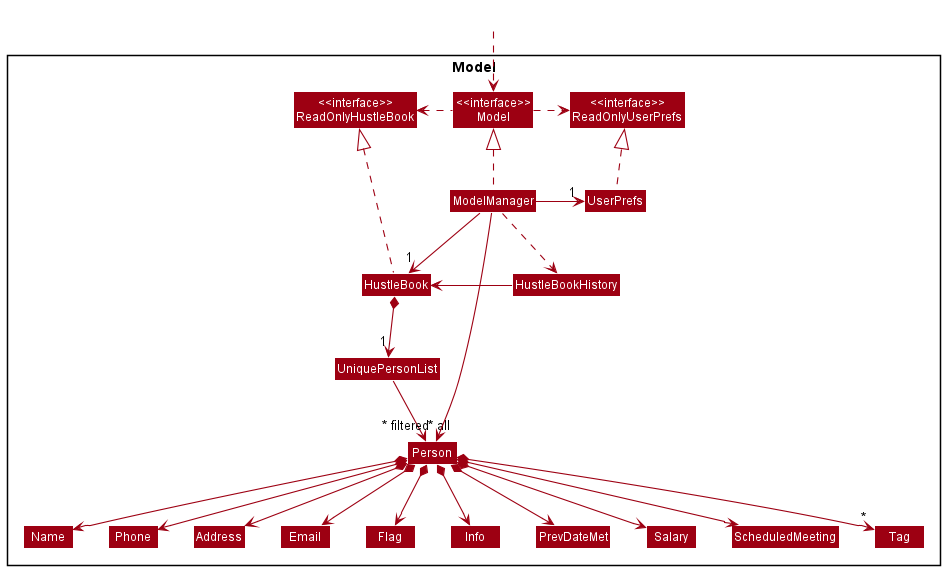
This is docs/images/ModelClassDiagram.png from nus-cs2103-AY2122S2/tp, a PlantUML export, as it was before one commit.
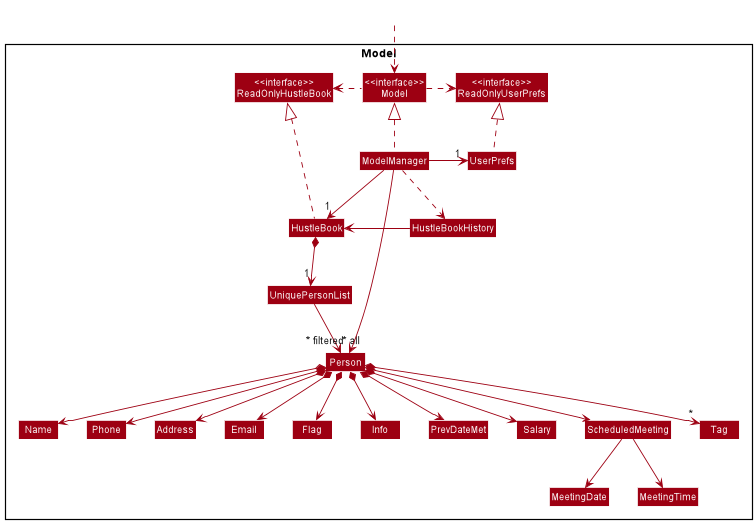
After the change.

What changed in the source:
```diff
@@ -25,6 +25,8 @@
 Class Salary
 Class ScheduledMeeting
 Class Tag
+Class MeetingDate
+Class MeetingTime
 
 }
 
@@ -54,6 +56,8 @@
 Person *--> PrevDateMet
 Person *--> Salary
 Person *--> ScheduledMeeting
+ScheduledMeeting --> MeetingTime
+ScheduledMeeting --> MeetingDate
 
 Name -[hidden]right-> Phone
 Phone -[hidden]right-> Address
```
